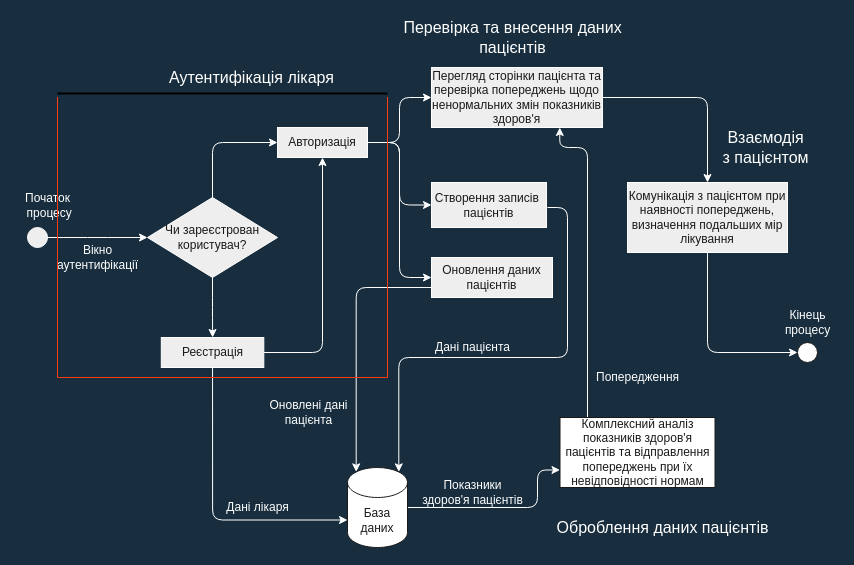
This is Untitled Diagram.drawio from se4inilya/MAOKG, a draw.io file, before an edit. Source tidied: cells renumbered, new cells numbered last; positions are measured from the earlier drawing's top-left corner, leaving out a move shared by most shapes. Both pictures are drawn from the tidied source at 100%, with x=0, y=0 at pixel (17, 17).
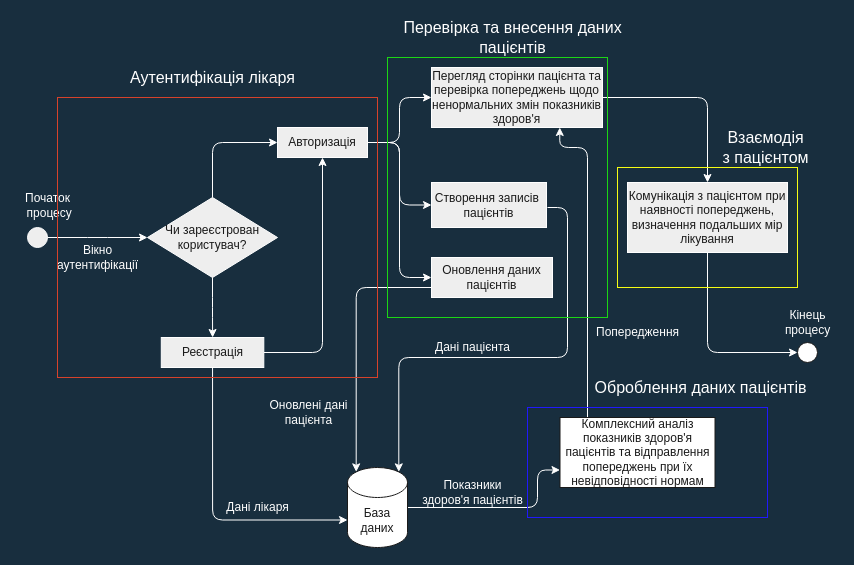
The same diagram, later.

What changed in the source:
```diff
@@
     <mxCell id="5" value="&lt;font style=&quot;font-size: 16px&quot;&gt;Аутентифікація лікаря&lt;/font&gt;" style="text;html=1;align=center;verticalAlign=middle;strokeColor=none;fillColor=none;fontColor=#FFFFFF;" parent="1" vertex="1">
-      <mxGeometry x="143.8" y="50" width="180" height="20" as="geometry" />
+      <mxGeometry x="105" y="50" width="180" height="20" as="geometry" />
     </mxCell>
@@
     <mxCell id="30" value="Попередження" style="text;html=1;align=center;verticalAlign=middle;strokeColor=none;fillColor=none;fontSize=12;fontColor=#FFFFFF;" parent="1" vertex="1">
-      <mxGeometry x="570" y="350" width="100" height="20" as="geometry" />
+      <mxGeometry x="570" y="305" width="100" height="20" as="geometry" />
     </mxCell>
@@
     <mxCell id="36" value="&lt;font style=&quot;font-size: 16px&quot;&gt;Оброблення даних пацієнтів&lt;/font&gt;" style="text;html=1;align=center;verticalAlign=middle;strokeColor=none;fillColor=none;fontSize=12;fontColor=#FFFFFF;" parent="1" vertex="1">
-      <mxGeometry x="530" y="500" width="230" height="20" as="geometry" />
+      <mxGeometry x="567.5" y="360" width="230" height="20" as="geometry" />
     </mxCell>
@@
-    <mxCell id="39" style="shape=partialRectangle;whiteSpace=wrap;html=1;bottom=1;right=1;left=1;top=0;fillColor=none;routingCenterX=-0.5;rounded=0;labelBackgroundColor=#FFFFFF;sketch=0;fontSize=16;fontColor=#FFFFFF;strokeColor=#FF3B14;" parent="1" vertex="1">
-      <mxGeometry x="40" y="80" width="330" height="280" as="geometry" />
-    </mxCell>
-    <mxCell id="40" style="line;strokeWidth=2;html=1;rounded=0;labelBackgroundColor=#FFFFFF;sketch=0;fontSize=16;fontColor=#FFFFFF;fillColor=#FFFFFF;" parent="1" vertex="1">
-      <mxGeometry x="40" y="71" width="330" height="10" as="geometry" />
-    </mxCell>
+    <mxCell id="41" style="rounded=0;labelBackgroundColor=default;sketch=0;fontSize=16;whiteSpace=wrap;html=1;fillColor=none;fontColor=#333333;strokeColor=#D6422B;gradientColor=none;" parent="1" vertex="1">
+      <mxGeometry x="40" y="80" width="320" height="280" as="geometry" />
+    </mxCell>
+    <mxCell id="42" style="rounded=0;whiteSpace=wrap;html=1;labelBackgroundColor=default;sketch=0;fontSize=16;fontColor=#FFFFFF;strokeColor=#1CD615;fillColor=none;gradientColor=none;" parent="1" vertex="1">
+      <mxGeometry x="370" y="40" width="220" height="260" as="geometry" />
+    </mxCell>
+    <mxCell id="43" style="rounded=0;whiteSpace=wrap;html=1;labelBackgroundColor=default;sketch=0;fontSize=16;fontColor=#FFFFFF;strokeColor=#F5FC14;fillColor=none;gradientColor=none;" parent="1" vertex="1">
+      <mxGeometry x="600" y="150" width="180" height="120" as="geometry" />
+    </mxCell>
+    <mxCell id="44" style="rounded=0;whiteSpace=wrap;html=1;labelBackgroundColor=default;sketch=0;fontSize=16;fontColor=#FFFFFF;strokeColor=#2119FC;fillColor=none;gradientColor=none;" parent="1" vertex="1">
+      <mxGeometry x="510" y="390" width="240" height="110" as="geometry" />
+    </mxCell>
```
